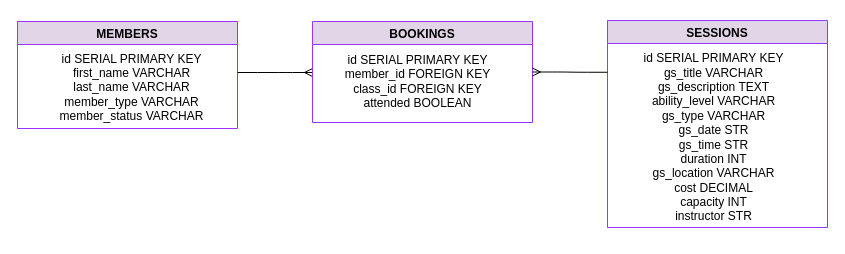
The draw.io diagram diagrams/project_database_diagram.drawio in M5FGN/codeclan_project_gymclan, before the edit. Source tidied: cells renumbered, new cells numbered last; positions are measured from the earlier drawing's top-left corner, leaving out a move shared by most shapes. Both pictures are drawn from the tidied source at 100%, with x=0, y=0 at pixel (17, 20).
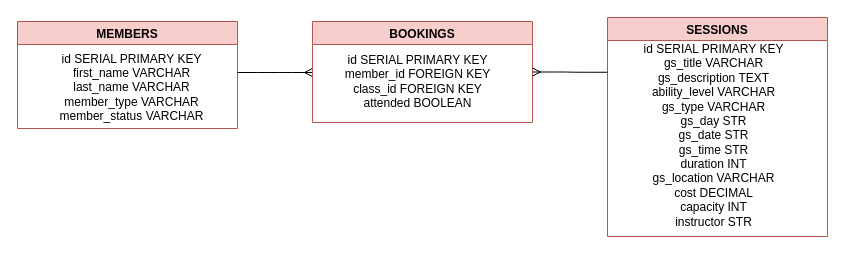
Above is the later version.

What changed in the source:
```diff
@@
 <mxGraphModel>
   <root>
     <mxCell id="0" />
     <mxCell id="1" parent="0" />
-    <mxCell id="2" value="MEMBERS" style="swimlane;fillColor=#e1d5e7;strokeColor=#9933FF;" parent="1" vertex="1">
+    <mxCell id="2" value="MEMBERS" style="swimlane;fillColor=#f8cecc;strokeColor=#b85450;" parent="1" vertex="1">
       <mxGeometry y="1" width="220" height="107" as="geometry" />
     </mxCell>
     <mxCell id="3" value="id SERIAL PRIMARY KEY&lt;br&gt;first_name VARCHAR&lt;br&gt;last_name VARCHAR&lt;br&gt;member_type VARCHAR&lt;br&gt;member_status VARCHAR" style="text;html=1;align=center;verticalAlign=middle;" parent="2" vertex="1">
       <mxGeometry x="34" y="26" width="160" height="80" as="geometry" />
     </mxCell>
     <mxCell id="4" style="edgeStyle=entityRelationEdgeStyle;fontSize=12;html=1;endArrow=ERmany;" parent="1" edge="1">
       <mxGeometry relative="1" as="geometry">
         <mxPoint x="220" y="52" as="sourcePoint" />
         <mxPoint x="295" y="52" as="targetPoint" />
       </mxGeometry>
     </mxCell>
-    <mxCell id="5" value="BOOKINGS" style="swimlane;fillColor=#e1d5e7;strokeColor=#9933FF;startSize=23;" parent="1" vertex="1">
+    <mxCell id="5" value="BOOKINGS" style="swimlane;fillColor=#f8cecc;strokeColor=#b85450;startSize=23;" parent="1" vertex="1">
       <mxGeometry x="295" y="1" width="220" height="101" as="geometry" />
     </mxCell>
     <mxCell id="6" value="id SERIAL PRIMARY KEY&lt;br&gt;member_id FOREIGN KEY&lt;br&gt;class_id FOREIGN KEY&lt;br&gt;attended BOOLEAN" style="text;html=1;align=center;verticalAlign=middle;" parent="5" vertex="1">
       <mxGeometry x="25" y="30" width="160" height="60" as="geometry" />
     </mxCell>
-    <mxCell id="7" value="SESSIONS" style="swimlane;fillColor=#e1d5e7;strokeColor=#9933FF;startSize=23;" parent="1" vertex="1">
-      <mxGeometry x="590" width="220" height="207" as="geometry" />
+    <mxCell id="7" value="SESSIONS" style="swimlane;fillColor=#f8cecc;strokeColor=#b85450;startSize=23;" parent="1" vertex="1">
+      <mxGeometry x="590" y="-3" width="220" height="219" as="geometry" />
     </mxCell>
-    <mxCell id="8" value="id SERIAL PRIMARY KEY&lt;br&gt;gs_title VARCHAR&lt;br&gt;gs_description TEXT&lt;br&gt;ability_level VARCHAR&lt;br&gt;gs_type VARCHAR&lt;br&gt;gs_date STR&lt;br&gt;gs_time STR&lt;br&gt;duration INT&lt;br&gt;gs_location VARCHAR&lt;br&gt;cost DECIMAL&lt;br&gt;capacity INT&lt;br&gt;instructor STR" style="text;html=1;align=center;verticalAlign=middle;" parent="7" vertex="1">
-      <mxGeometry x="26" y="32" width="160" height="170" as="geometry" />
+    <mxCell id="8" value="id SERIAL PRIMARY KEY&lt;br&gt;gs_title VARCHAR&lt;br&gt;gs_description TEXT&lt;br&gt;ability_level VARCHAR&lt;br&gt;gs_type VARCHAR&lt;br&gt;gs_day STR&lt;br&gt;gs_date STR&lt;br&gt;gs_time STR&lt;br&gt;duration INT&lt;br&gt;gs_location VARCHAR&lt;br&gt;cost DECIMAL&lt;br&gt;capacity INT&lt;br&gt;instructor STR" style="text;html=1;align=center;verticalAlign=middle;" parent="7" vertex="1">
+      <mxGeometry x="31" y="29" width="150" height="177" as="geometry" />
     </mxCell>
     <mxCell id="9" style="edgeStyle=entityRelationEdgeStyle;fontSize=12;html=1;endArrow=ERmany;exitX=0;exitY=0.25;exitDx=0;exitDy=0;entryX=1;entryY=0.5;entryDx=0;entryDy=0;" parent="1" edge="1" source="7" target="5">
       <mxGeometry relative="1" as="geometry" />
     </mxCell>
   </root>
 </mxGraphModel>
```
